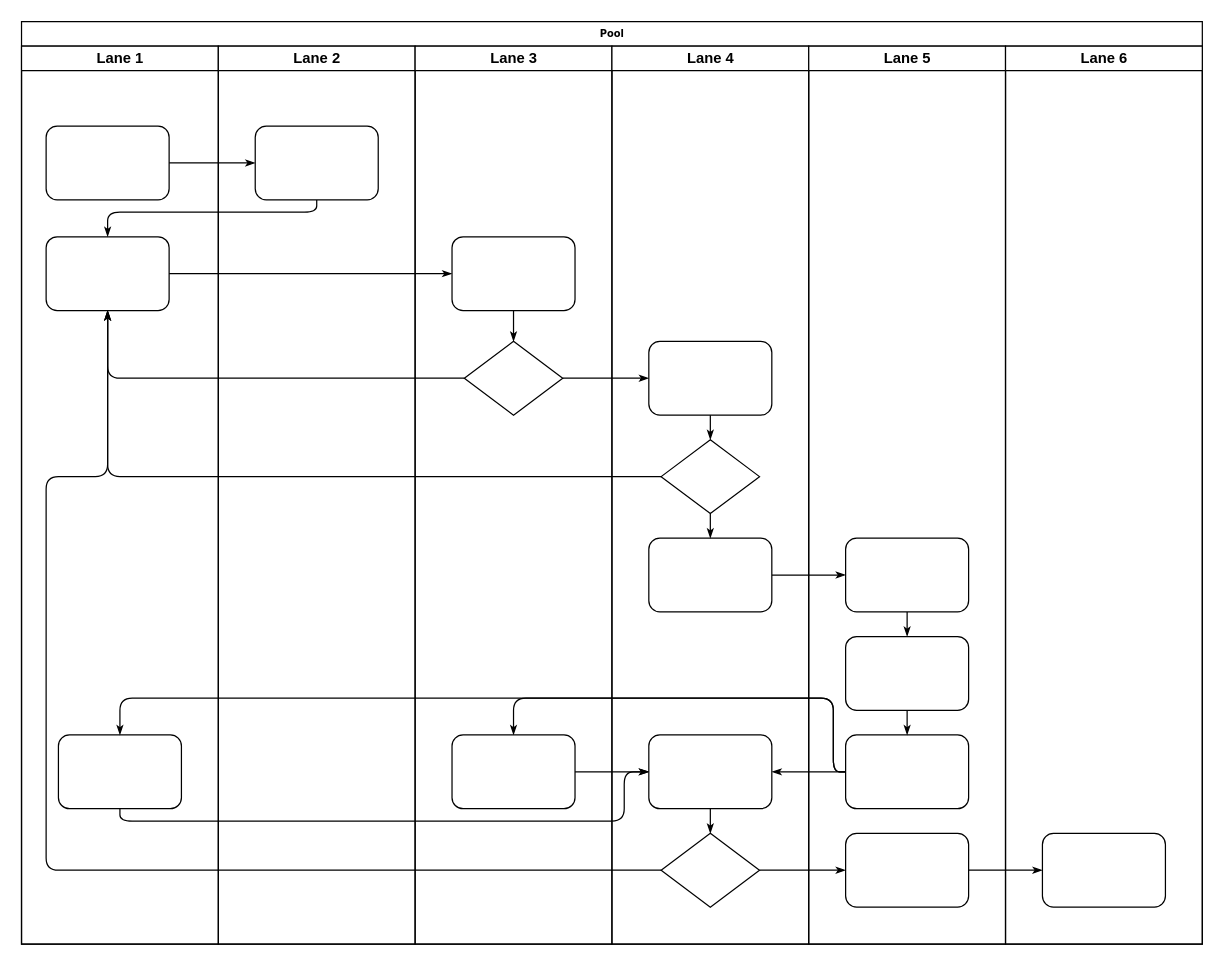
The draw.io diagram 未命名绘图.drawio in hhfgeg/picx-images-hosting, before the edit. Source tidied: cells renumbered, new cells numbered last; positions are measured from the earlier drawing's top-left corner, leaving out a move shared by most shapes. Both pictures are drawn from the tidied source at 123%, with x=0, y=0 at pixel (21, 21).
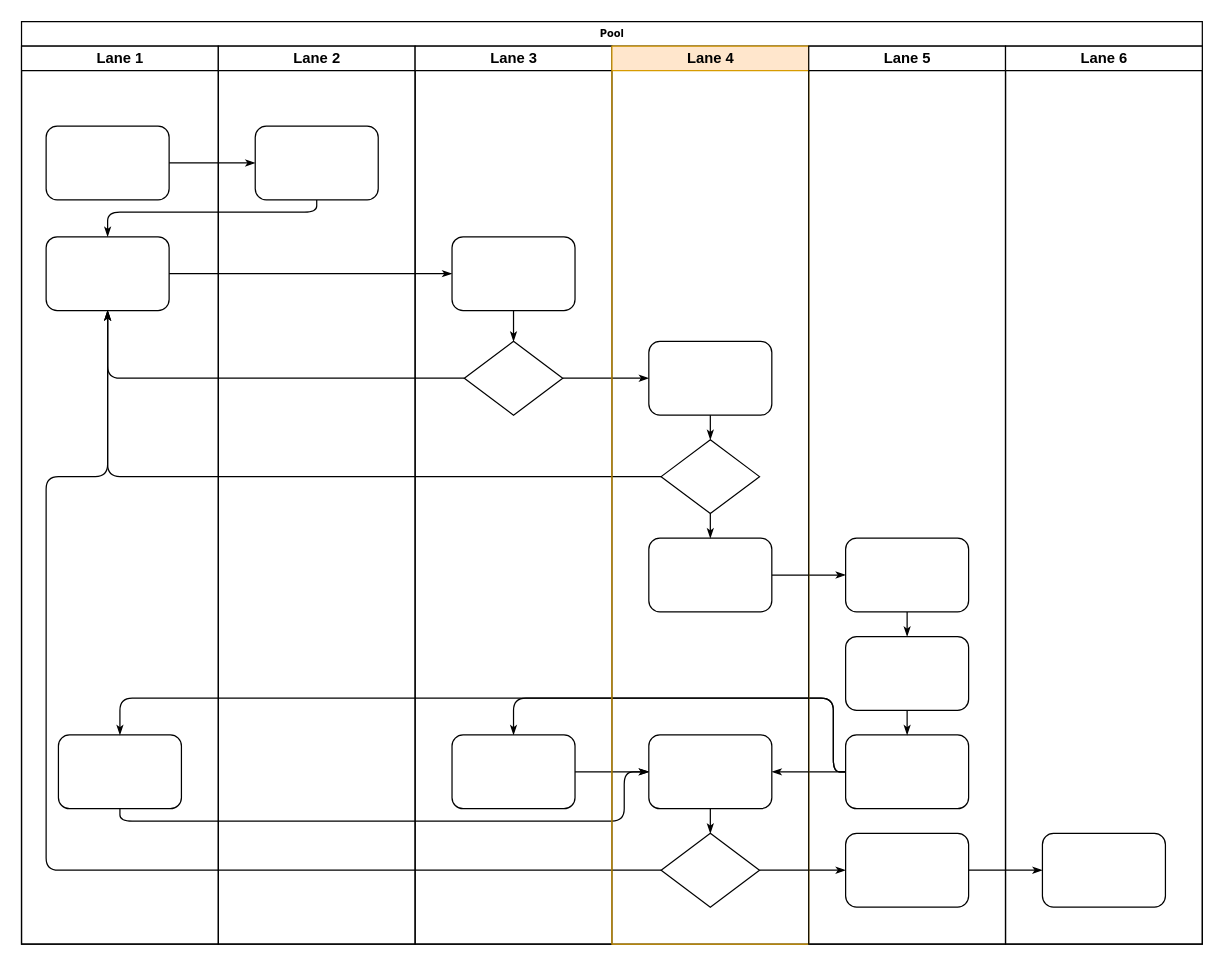
Above is the later version.

Commit message:
更新未命名绘图.drawio

Unchanged cells that the change refers to:
```xml
<mxCell id="2" value="Pool" style="swimlane;html=1;startSize=20;rounded=0;shadow=0;labelBackgroundColor=none;strokeWidth=1;fontFamily=Verdana;fontSize=8;align=center;" parent="1" vertex="1">
  <mxGeometry width="960" height="750" as="geometry" />
</mxCell>
```

Change to the diagram source:
```diff
@@
-    <mxCell id="29" value="Lane 4" style="swimlane;html=1;startSize=20;" parent="2" vertex="1">
+    <mxCell id="29" value="Lane 4" style="swimlane;html=1;startSize=20;fillColor=#ffe6cc;strokeColor=#d79b00;" parent="2" vertex="1">
       <mxGeometry x="480" y="20" width="160" height="730" as="geometry" />
     </mxCell>
```
